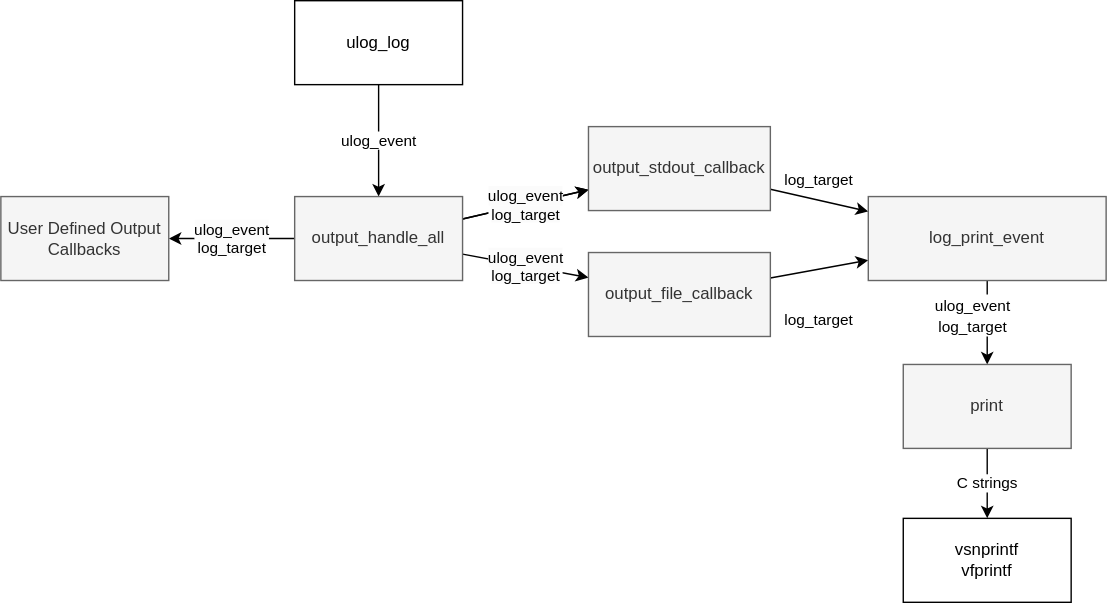
an-dr/microlog keeps this draw.io diagram as doc/design/design.drawio.svg. Above is the earlier version. Source tidied: cells renumbered, new cells last; positions are measured from the earlier drawing's top-left corner, leaving out a move shared by most shapes.
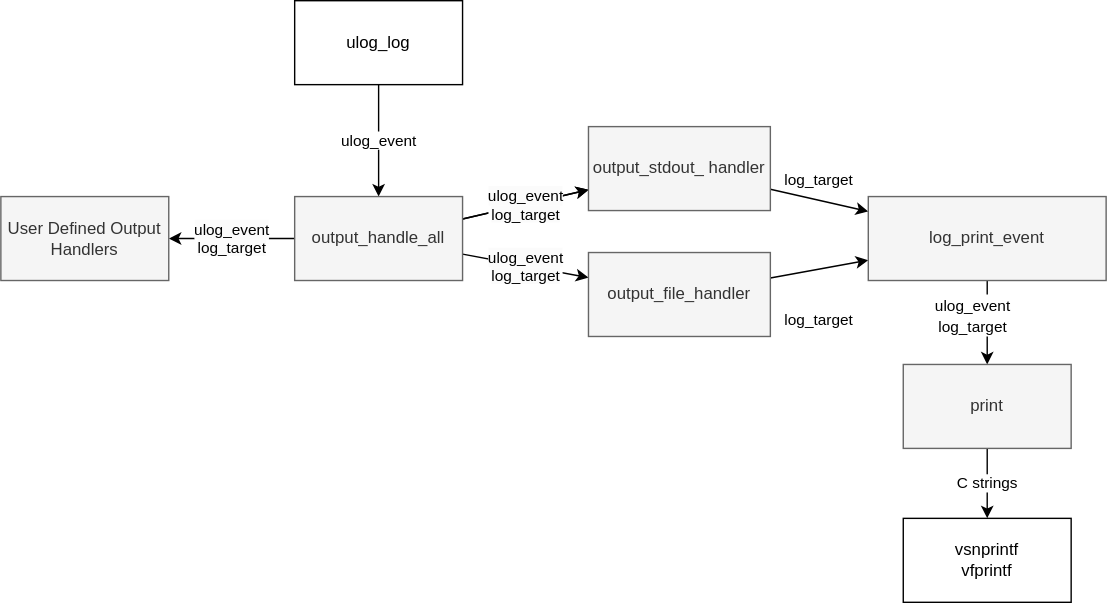
Later version of the same file.

The edit, as a diff of the source:
```diff
@@ -26,16 +26,16 @@
     <mxCell id="9" style="edgeStyle=none;html=1;" parent="1" edge="1" source="10" target="15">
       <mxGeometry relative="1" as="geometry" />
     </mxCell>
-    <mxCell id="10" value="output_stdout_callback" style="whiteSpace=wrap;html=1;rounded=0;fillColor=#f5f5f5;fontColor=#333333;strokeColor=#666666;" parent="1" vertex="1">
+    <mxCell id="10" value="output_stdout_&lt;span style=&quot;color: rgb(51, 51, 51);&quot;&gt;handler&lt;/span&gt;" style="whiteSpace=wrap;html=1;rounded=0;fillColor=#f5f5f5;fontColor=#333333;strokeColor=#666666;" parent="1" vertex="1">
       <mxGeometry x="420" y="90" width="130" height="60" as="geometry" />
     </mxCell>
     <mxCell id="11" style="edgeStyle=none;html=1;" parent="1" edge="1" source="12" target="15">
       <mxGeometry relative="1" as="geometry" />
     </mxCell>
-    <mxCell id="12" value="&lt;span style=&quot;color: rgb(51, 51, 51);&quot;&gt;output_file_callback&lt;/span&gt;" style="whiteSpace=wrap;html=1;rounded=0;fillColor=#f5f5f5;fontColor=#333333;strokeColor=#666666;" parent="1" vertex="1">
+    <mxCell id="12" value="&lt;span style=&quot;color: rgb(51, 51, 51);&quot;&gt;output_file_handler&lt;/span&gt;" style="whiteSpace=wrap;html=1;rounded=0;fillColor=#f5f5f5;fontColor=#333333;strokeColor=#666666;" parent="1" vertex="1">
       <mxGeometry x="420" y="180" width="130" height="60" as="geometry" />
     </mxCell>
-    <mxCell id="13" value="User Defined Output Callbacks" style="whiteSpace=wrap;html=1;rounded=0;fillColor=#f5f5f5;fontColor=#333333;strokeColor=#666666;" parent="1" vertex="1">
+    <mxCell id="13" value="User Defined Output Handlers" style="whiteSpace=wrap;html=1;rounded=0;fillColor=#f5f5f5;fontColor=#333333;strokeColor=#666666;" parent="1" vertex="1">
       <mxGeometry y="140" width="120" height="60" as="geometry" />
     </mxCell>
     <mxCell id="14" style="edgeStyle=none;html=1;" parent="1" edge="1" source="15" target="17">
```
